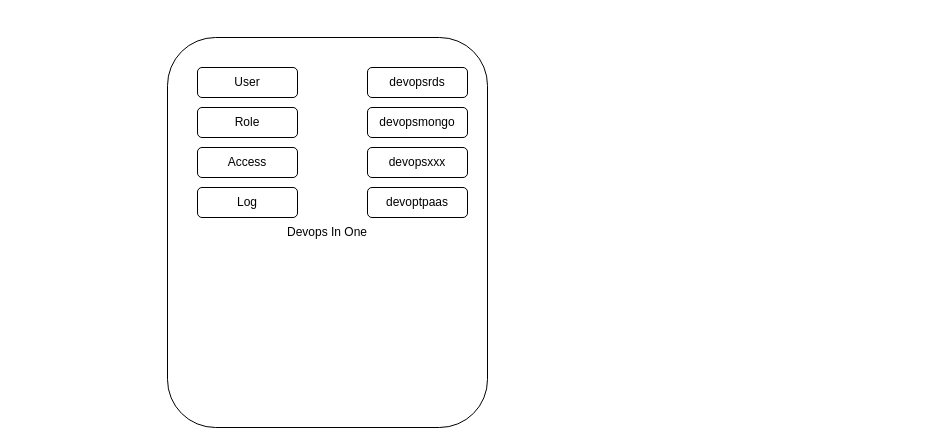
Before: page "运维平台" (8 of 8) of Untitled Diagram.drawio in zjtheone/read-the-fxxk-code, a draw.io diagram. Source tidied: cells renumbered, new cells numbered last; positions are measured from the earlier drawing's top-left corner, leaving out a move shared by most shapes. Both pictures are drawn from the tidied source at 100%, with x=0, y=0 at pixel (167, 37).
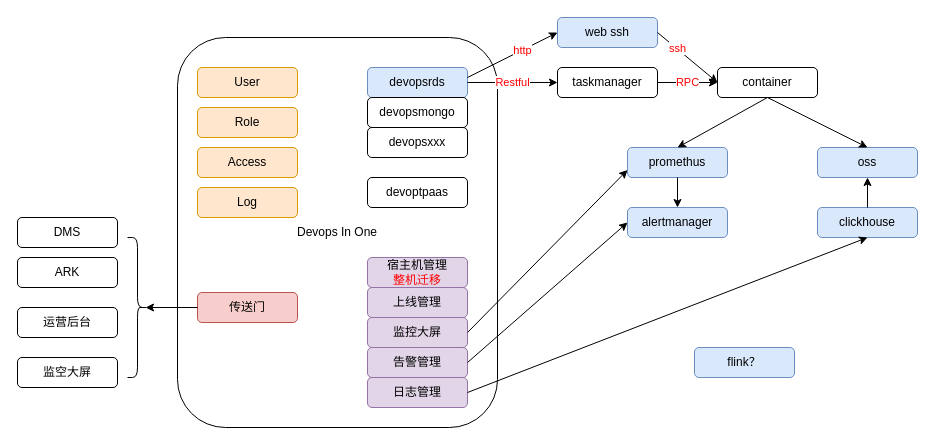
The same page after the edit.

Change to the diagram source:
```diff
@@
     <mxCell id="2" value="Devops In One" style="rounded=1;whiteSpace=wrap;html=1;" parent="1" vertex="1">
-      <mxGeometry width="320" height="390" as="geometry" />
+      <mxGeometry x="10" width="320" height="390" as="geometry" />
     </mxCell>
-    <mxCell id="3" value="devopsrds" style="rounded=1;whiteSpace=wrap;html=1;" parent="1" vertex="1">
+    <mxCell id="3" value="devopsrds" style="rounded=1;whiteSpace=wrap;html=1;strokeColor=#6c8ebf;fillColor=#dae8fc;" parent="1" vertex="1">
       <mxGeometry x="200" y="30" width="100" height="30" as="geometry" />
     </mxCell>
     <mxCell id="4" value="devopsmongo" style="rounded=1;whiteSpace=wrap;html=1;" parent="1" vertex="1">
-      <mxGeometry x="200" y="70" width="100" height="30" as="geometry" />
+      <mxGeometry x="200" y="60" width="100" height="30" as="geometry" />
     </mxCell>
     <mxCell id="5" value="devopsxxx" style="rounded=1;whiteSpace=wrap;html=1;" parent="1" vertex="1">
-      <mxGeometry x="200" y="110" width="100" height="30" as="geometry" />
+      <mxGeometry x="200" y="90" width="100" height="30" as="geometry" />
     </mxCell>
-    <mxCell id="6" value="User" style="rounded=1;whiteSpace=wrap;html=1;" parent="1" vertex="1">
+    <mxCell id="6" value="User" style="rounded=1;whiteSpace=wrap;html=1;fillColor=#ffe6cc;strokeColor=#d79b00;" parent="1" vertex="1">
       <mxGeometry x="30" y="30" width="100" height="30" as="geometry" />
     </mxCell>
-    <mxCell id="7" value="Role" style="rounded=1;whiteSpace=wrap;html=1;" parent="1" vertex="1">
+    <mxCell id="7" value="Role" style="rounded=1;whiteSpace=wrap;html=1;fillColor=#ffe6cc;strokeColor=#d79b00;" parent="1" vertex="1">
       <mxGeometry x="30" y="70" width="100" height="30" as="geometry" />
     </mxCell>
-    <mxCell id="8" value="Access" style="rounded=1;whiteSpace=wrap;html=1;" parent="1" vertex="1">
+    <mxCell id="8" value="Access" style="rounded=1;whiteSpace=wrap;html=1;fillColor=#ffe6cc;strokeColor=#d79b00;" parent="1" vertex="1">
       <mxGeometry x="30" y="110" width="100" height="30" as="geometry" />
     </mxCell>
-    <mxCell id="9" value="Log" style="rounded=1;whiteSpace=wrap;html=1;" parent="1" vertex="1">
+    <mxCell id="9" value="Log" style="rounded=1;whiteSpace=wrap;html=1;fillColor=#ffe6cc;strokeColor=#d79b00;" parent="1" vertex="1">
       <mxGeometry x="30" y="150" width="100" height="30" as="geometry" />
     </mxCell>
     <mxCell id="10" value="devoptpaas" style="rounded=1;whiteSpace=wrap;html=1;" parent="1" vertex="1">
-      <mxGeometry x="200" y="150" width="100" height="30" as="geometry" />
+      <mxGeometry x="200" y="140" width="100" height="30" as="geometry" />
     </mxCell>
+    <mxCell id="11" value="传送门" style="rounded=1;whiteSpace=wrap;html=1;fillColor=#f8cecc;strokeColor=#b85450;" parent="1" vertex="1">
+      <mxGeometry x="30" y="255" width="100" height="30" as="geometry" />
+    </mxCell>
+    <mxCell id="12" value="DMS" style="rounded=1;whiteSpace=wrap;html=1;" parent="1" vertex="1">
+      <mxGeometry x="-150" y="180" width="100" height="30" as="geometry" />
+    </mxCell>
+    <mxCell id="13" value="ARK" style="rounded=1;whiteSpace=wrap;html=1;" parent="1" vertex="1">
+      <mxGeometry x="-150" y="220" width="100" height="30" as="geometry" />
+    </mxCell>
+    <mxCell id="14" value="运营后台" style="rounded=1;whiteSpace=wrap;html=1;" parent="1" vertex="1">
+      <mxGeometry x="-150" y="270" width="100" height="30" as="geometry" />
+    </mxCell>
+    <mxCell id="15" value="监空大屏" style="rounded=1;whiteSpace=wrap;html=1;" parent="1" vertex="1">
+      <mxGeometry x="-150" y="320" width="100" height="30" as="geometry" />
+    </mxCell>
+    <mxCell id="16" style="shape=curlyBracket;whiteSpace=wrap;html=1;rounded=1;flipH=1;" parent="1" vertex="1">
+      <mxGeometry x="-40" y="200" width="20" height="140" as="geometry" />
+    </mxCell>
+    <mxCell id="17" style="endArrow=classic;html=1;rounded=0;entryX=0.1;entryY=0.5;entryDx=0;entryDy=0;entryPerimeter=0;exitX=0;exitY=0.5;exitDx=0;exitDy=0;" parent="1" edge="1" source="11" target="16">
+      <mxGeometry relative="1" as="geometry" />
+    </mxCell>
+    <mxCell id="18" value="宿主机管理&lt;br&gt;&lt;font color=&quot;#ff0000&quot;&gt;整机迁移&lt;/font&gt;" style="rounded=1;whiteSpace=wrap;html=1;fillColor=#e1d5e7;strokeColor=#9673a6;" parent="1" vertex="1">
+      <mxGeometry x="200" y="220" width="100" height="30" as="geometry" />
+    </mxCell>
+    <mxCell id="19" value="告警管理" style="rounded=1;whiteSpace=wrap;html=1;fillColor=#e1d5e7;strokeColor=#9673a6;" parent="1" vertex="1">
+      <mxGeometry x="200" y="310" width="100" height="30" as="geometry" />
+    </mxCell>
+    <mxCell id="20" value="上线管理" style="rounded=1;whiteSpace=wrap;html=1;fillColor=#e1d5e7;strokeColor=#9673a6;" parent="1" vertex="1">
+      <mxGeometry x="200" y="250" width="100" height="30" as="geometry" />
+    </mxCell>
+    <mxCell id="21" value="监控大屏" style="rounded=1;whiteSpace=wrap;html=1;fillColor=#e1d5e7;strokeColor=#9673a6;" parent="1" vertex="1">
+      <mxGeometry x="200" y="280" width="100" height="30" as="geometry" />
+    </mxCell>
+    <mxCell id="22" value="日志管理" style="rounded=1;whiteSpace=wrap;html=1;fillColor=#e1d5e7;strokeColor=#9673a6;" parent="1" vertex="1">
+      <mxGeometry x="200" y="340" width="100" height="30" as="geometry" />
+    </mxCell>
+    <mxCell id="23" value="taskmanager" style="rounded=1;whiteSpace=wrap;html=1;" parent="1" vertex="1">
+      <mxGeometry x="390" y="30" width="100" height="30" as="geometry" />
+    </mxCell>
+    <mxCell id="24" value="container" style="rounded=1;whiteSpace=wrap;html=1;" parent="1" vertex="1">
+      <mxGeometry x="550" y="30" width="100" height="30" as="geometry" />
+    </mxCell>
+    <mxCell id="25" value="Restful" style="endArrow=classic;html=1;rounded=0;fontColor=#FF0000;entryX=0;entryY=0.5;entryDx=0;entryDy=0;exitX=1;exitY=0.5;exitDx=0;exitDy=0;" parent="1" edge="1" source="3" target="23">
+      <mxGeometry relative="1" as="geometry" />
+    </mxCell>
+    <mxCell id="26" value="RPC" style="endArrow=classic;html=1;rounded=0;fontColor=#FF0000;exitX=1;exitY=0.5;exitDx=0;exitDy=0;entryX=0;entryY=0.5;entryDx=0;entryDy=0;entryPerimeter=0;" parent="1" edge="1" source="23" target="24">
+      <mxGeometry relative="1" as="geometry" />
+    </mxCell>
+    <mxCell id="27" value="web ssh" style="rounded=1;whiteSpace=wrap;html=1;fillColor=#dae8fc;strokeColor=#6c8ebf;" parent="1" vertex="1">
+      <mxGeometry x="390" y="-20" width="100" height="30" as="geometry" />
+    </mxCell>
+    <mxCell id="28" style="endArrow=classic;html=1;rounded=0;fontColor=#FF0000;entryX=0;entryY=0.5;entryDx=0;entryDy=0;" parent="1" edge="1" target="27">
+      <mxGeometry relative="1" as="geometry">
+        <mxPoint x="300" y="40" as="sourcePoint" />
+      </mxGeometry>
+    </mxCell>
+    <mxCell id="29" value="http" style="edgeLabel;html=1;align=center;verticalAlign=middle;fontColor=#FF0000;" parent="28" vertex="1">
+      <mxGeometry x="0.22" relative="1" as="geometry" />
+    </mxCell>
+    <mxCell id="30" style="endArrow=classic;html=1;rounded=0;fontColor=#FF0000;exitX=1;exitY=0.5;exitDx=0;exitDy=0;entryX=0;entryY=0.5;entryDx=0;entryDy=0;" parent="1" edge="1" source="27" target="24">
+      <mxGeometry relative="1" as="geometry" />
+    </mxCell>
+    <mxCell id="31" value="ssh" style="edgeLabel;html=1;align=center;verticalAlign=middle;fontColor=#FF0000;" parent="30" vertex="1">
+      <mxGeometry x="-0.37" relative="1" as="geometry">
+        <mxPoint y="-1" as="offset" />
+      </mxGeometry>
+    </mxCell>
+    <mxCell id="32" value="promethus" style="rounded=1;whiteSpace=wrap;html=1;fillColor=#dae8fc;strokeColor=#6c8ebf;" parent="1" vertex="1">
+      <mxGeometry x="460" y="110" width="100" height="30" as="geometry" />
+    </mxCell>
+    <mxCell id="33" value="alertmanager" style="rounded=1;whiteSpace=wrap;html=1;fillColor=#dae8fc;strokeColor=#6c8ebf;" parent="1" vertex="1">
+      <mxGeometry x="460" y="170" width="100" height="30" as="geometry" />
+    </mxCell>
+    <mxCell id="34" style="endArrow=classic;html=1;rounded=0;fontColor=#FF0000;exitX=0.5;exitY=1;exitDx=0;exitDy=0;entryX=0.5;entryY=0;entryDx=0;entryDy=0;" parent="1" edge="1" source="24" target="32">
+      <mxGeometry relative="1" as="geometry" />
+    </mxCell>
+    <mxCell id="35" style="endArrow=classic;html=1;rounded=0;fontColor=#FF0000;exitX=0.5;exitY=1;exitDx=0;exitDy=0;entryX=0.5;entryY=0;entryDx=0;entryDy=0;" parent="1" edge="1" source="32" target="33">
+      <mxGeometry relative="1" as="geometry" />
+    </mxCell>
+    <mxCell id="36" style="endArrow=classic;html=1;rounded=0;fontColor=#FF0000;entryX=0;entryY=0.75;entryDx=0;entryDy=0;exitX=1;exitY=0.5;exitDx=0;exitDy=0;" parent="1" edge="1" source="21" target="32">
+      <mxGeometry relative="1" as="geometry" />
+    </mxCell>
+    <mxCell id="37" style="endArrow=classic;html=1;rounded=0;fontColor=#FF0000;entryX=0;entryY=0.5;entryDx=0;entryDy=0;exitX=1;exitY=0.5;exitDx=0;exitDy=0;" parent="1" edge="1" source="19" target="33">
+      <mxGeometry relative="1" as="geometry" />
+    </mxCell>
+    <mxCell id="38" value="oss" style="rounded=1;whiteSpace=wrap;html=1;fillColor=#dae8fc;strokeColor=#6c8ebf;" parent="1" vertex="1">
+      <mxGeometry x="650" y="110" width="100" height="30" as="geometry" />
+    </mxCell>
+    <mxCell id="39" style="endArrow=classic;html=1;rounded=0;fontColor=#FF0000;entryX=0.5;entryY=0;entryDx=0;entryDy=0;" parent="1" edge="1" target="38">
+      <mxGeometry relative="1" as="geometry">
+        <mxPoint x="600" y="60" as="sourcePoint" />
+      </mxGeometry>
+    </mxCell>
+    <mxCell id="40" value="clickhouse" style="rounded=1;whiteSpace=wrap;html=1;fillColor=#dae8fc;strokeColor=#6c8ebf;" parent="1" vertex="1">
+      <mxGeometry x="650" y="170" width="100" height="30" as="geometry" />
+    </mxCell>
+    <mxCell id="41" style="endArrow=classic;html=1;rounded=0;fontColor=#FF0000;entryX=0.5;entryY=1;entryDx=0;entryDy=0;exitX=0.5;exitY=0;exitDx=0;exitDy=0;" parent="1" edge="1" source="40" target="38">
+      <mxGeometry relative="1" as="geometry" />
+    </mxCell>
+    <mxCell id="42" style="endArrow=classic;html=1;rounded=0;fontColor=#FF0000;entryX=0.5;entryY=1;entryDx=0;entryDy=0;exitX=1;exitY=0.5;exitDx=0;exitDy=0;" parent="1" edge="1" source="22" target="40">
+      <mxGeometry relative="1" as="geometry" />
+    </mxCell>
+    <mxCell id="43" value="flink？" style="rounded=1;whiteSpace=wrap;html=1;fillColor=#dae8fc;strokeColor=#6c8ebf;" parent="1" vertex="1">
+      <mxGeometry x="527" y="310" width="100" height="30" as="geometry" />
+    </mxCell>
```
